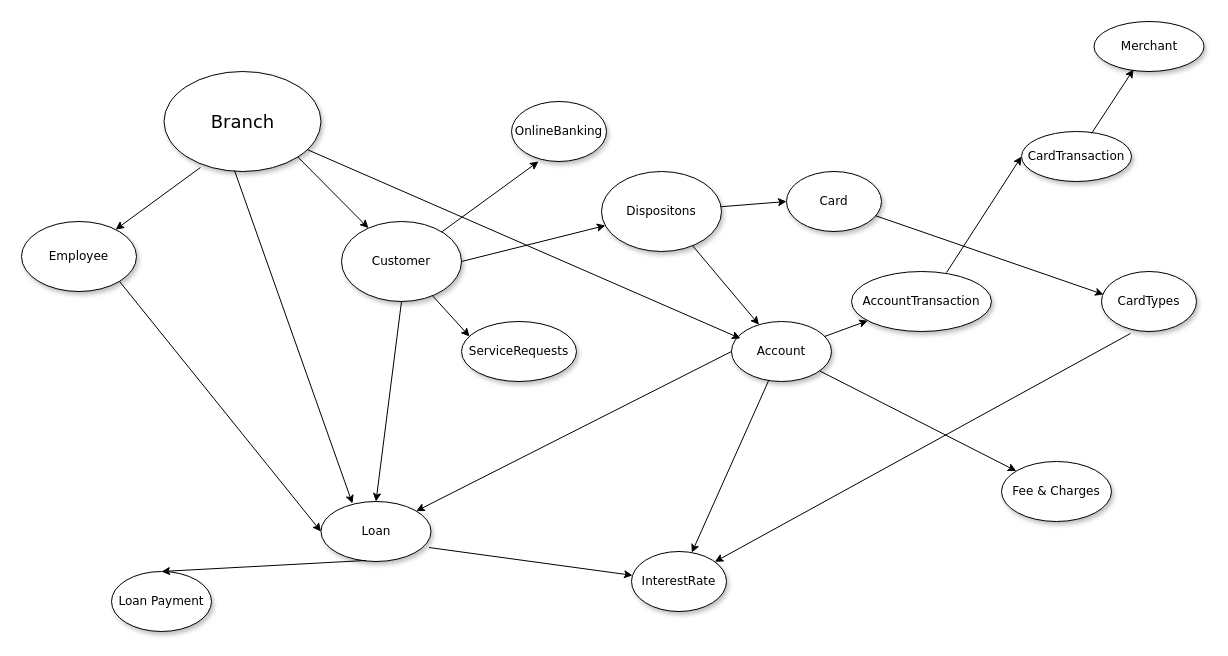
This is ConceptualERD.drawio from Battl3Junk1e/Bank-Database-Case, a draw.io file, before an edit. Source tidied: cells renumbered, new cells numbered last; positions are measured from the earlier drawing's top-left corner, leaving out a move shared by most shapes. Both pictures are drawn from the tidied source at 100%, with x=0, y=0 at pixel (21, 21).
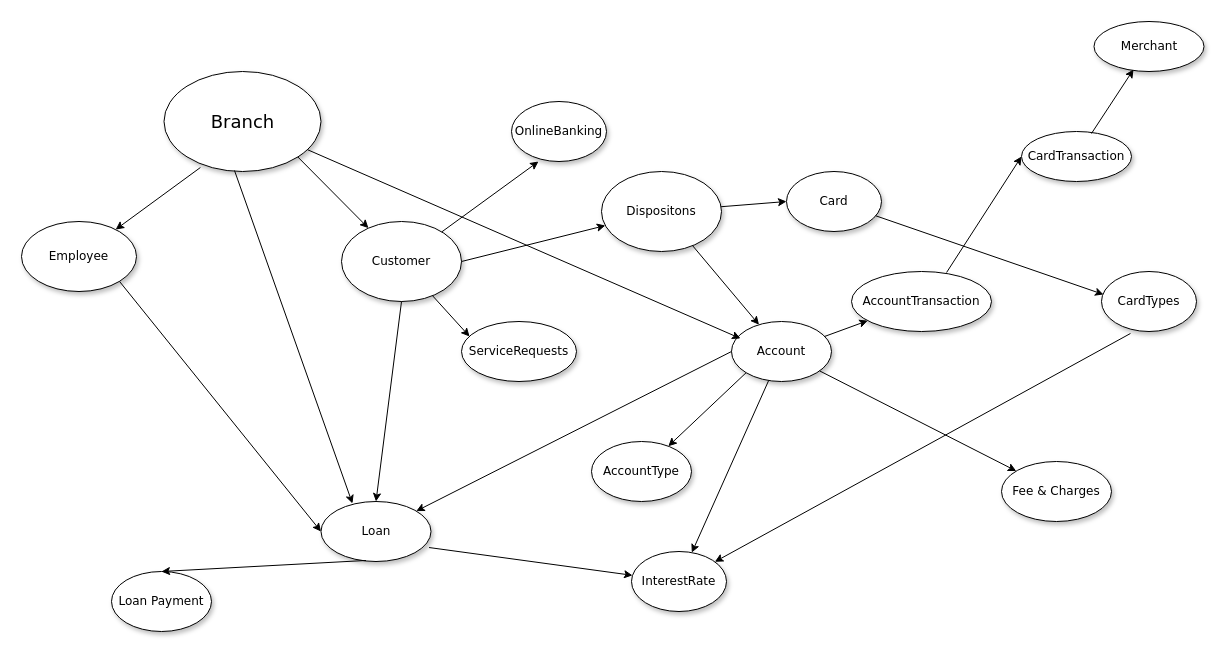
The same diagram, later.

Commit message:
Added another table

Unchanged cells that the change refers to:
```xml
<mxCell id="8" value="Account" style="ellipse;whiteSpace=wrap;html=1;rounded=0;shadow=1;comic=0;labelBackgroundColor=none;strokeWidth=1;fontFamily=Verdana;fontSize=12;align=center;" parent="1" vertex="1">
  <mxGeometry x="710" y="300" width="100" height="60" as="geometry" />
</mxCell>
```

What changed in the source:
```diff
@@
+    <mxCell id="39" value="AccountType" style="ellipse;whiteSpace=wrap;html=1;rounded=0;shadow=1;comic=0;labelBackgroundColor=none;strokeWidth=1;fontFamily=Verdana;fontSize=12;align=center;" parent="1" vertex="1">
+      <mxGeometry x="570" y="420" width="100" height="60" as="geometry" />
+    </mxCell>
+    <mxCell id="40" style="endArrow=classic;html=1;rounded=0;exitX=0;exitY=1;exitDx=0;exitDy=0;" parent="1" edge="1" source="8" target="39">
+      <mxGeometry relative="1" as="geometry" />
+    </mxCell>
```
